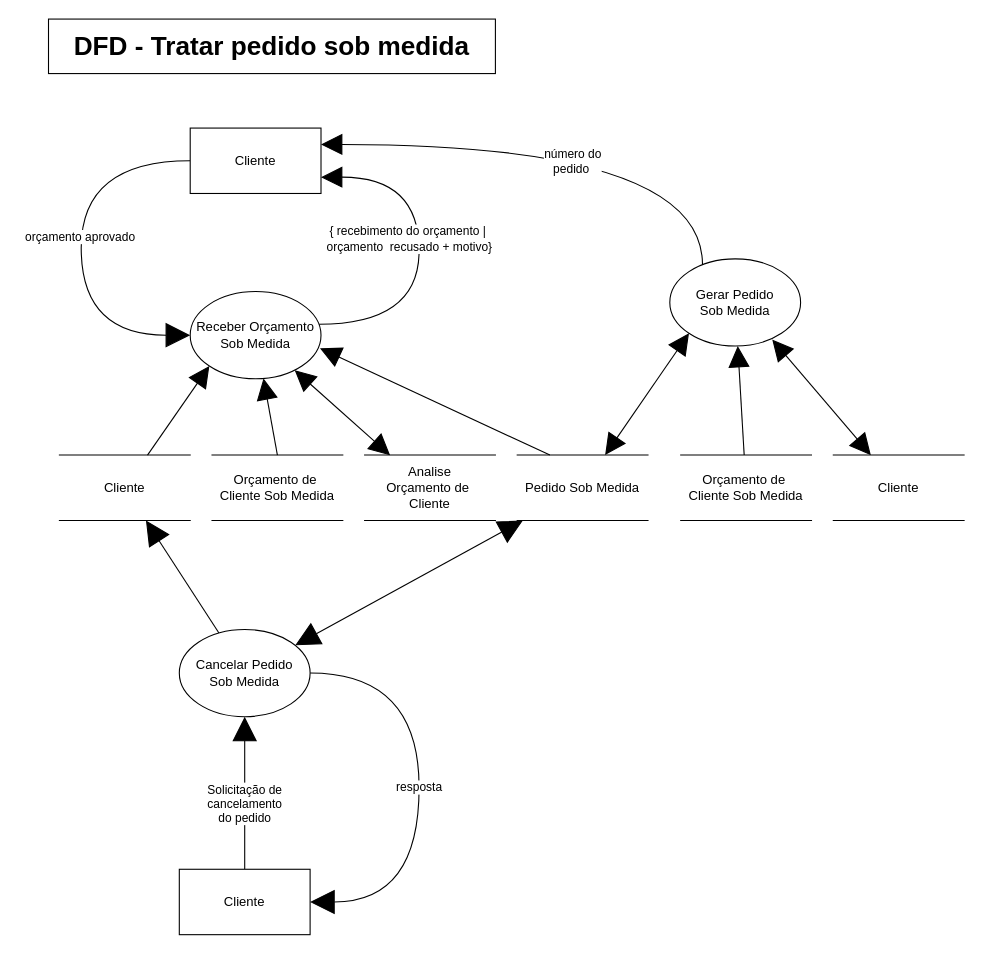
Systematicos/FindingApp keeps this draw.io diagram as Documentation/Arquivos Editaveis/DFD Tratar pedido sob medida.drawio. Above is the earlier version. Source tidied: cells renumbered, new cells numbered last; positions are measured from the earlier drawing's top-left corner, leaving out a move shared by most shapes. Both pictures are drawn from the tidied source at 109%, with x=0, y=0 at pixel (48, 19).
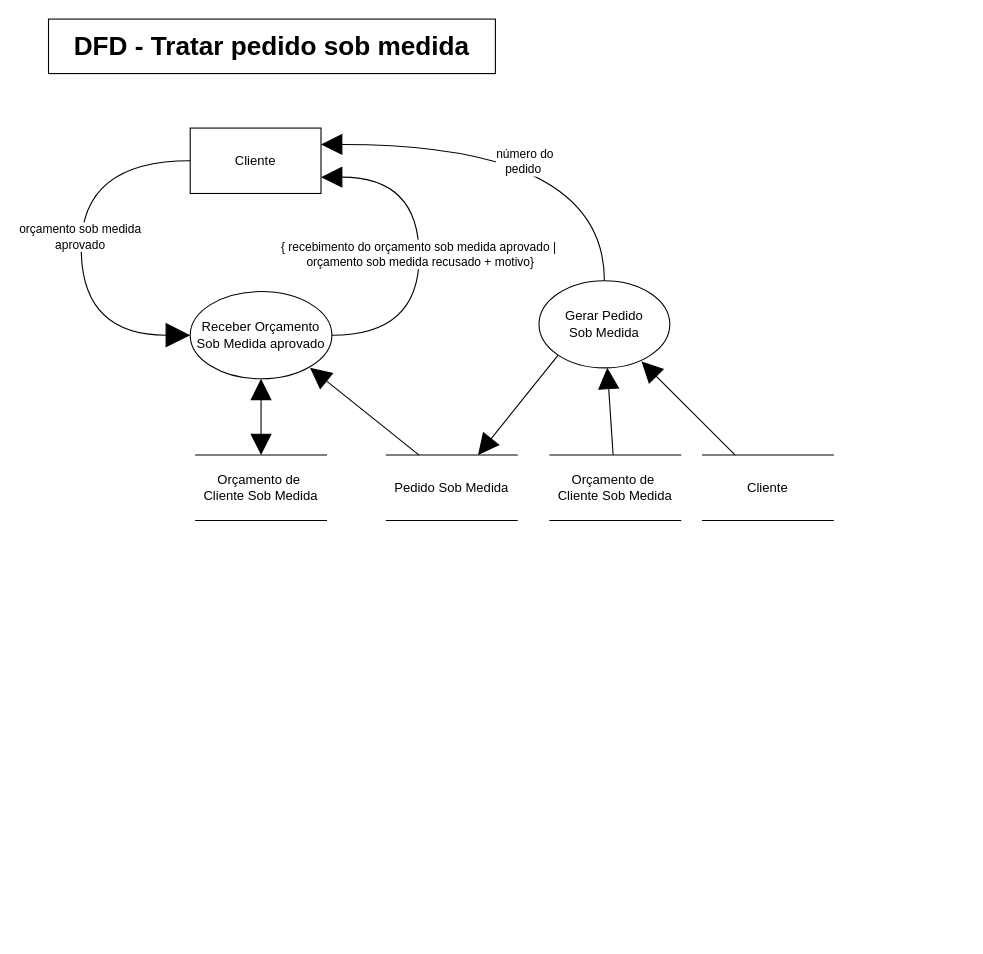
The same page after the edit.

Unchanged cells that the change refers to:
```xml
<mxCell id="3" style="edgeStyle=orthogonalEdgeStyle;rounded=0;jettySize=auto;html=1;endSize=20;endArrow=block;endFill=1;startSize=20;entryX=0;entryY=0.5;entryDx=0;entryDy=0;curved=1;exitX=0;exitY=0.5;exitDx=0;exitDy=0;" parent="1" edge="1" source="5" target="13">
  <mxGeometry relative="1" as="geometry">
    <Array as="points">
      <mxPoint x="30" y="130" />
      <mxPoint x="30" y="290" />
    </Array>
  </mxGeometry>
</mxCell>
<mxCell id="5" value="Cliente" style="rounded=0;whiteSpace=wrap;html=1;" parent="1" vertex="1">
  <mxGeometry x="130" y="100" width="120" height="60" as="geometry" />
</mxCell>
```

What changed in the source:
```diff
@@
-    <mxCell id="4" value="orçamento aprovado" style="edgeLabel;html=1;align=center;verticalAlign=middle;" parent="3" vertex="1">
+    <mxCell id="4" value="orçamento sob medida&lt;br&gt;aprovado" style="edgeLabel;html=1;align=center;verticalAlign=middle;" parent="3" vertex="1">
       <mxGeometry x="-0.27" y="-2" relative="1" as="geometry">
         <mxPoint y="38" as="offset" />
       </mxGeometry>
     </mxCell>
@@
-    <mxCell id="6" style="rounded=0;jettySize=auto;html=1;entryX=0;entryY=1;entryDx=0;entryDy=0;endSize=17;startArrow=none;startFill=0;startSize=17;endArrow=block;endFill=1;" parent="1" edge="1" source="7" target="13">
-      <mxGeometry relative="1" as="geometry" />
-    </mxCell>
-    <mxCell id="7" value="Cliente" style="shape=partialRectangle;whiteSpace=wrap;html=1;left=0;right=0;fillColor=none;" parent="1" vertex="1">
-      <mxGeometry x="10" y="400" width="120" height="60" as="geometry" />
-    </mxCell>
     <mxCell id="8" value="Orçamento de&amp;nbsp;&lt;br&gt;Cliente Sob Medida" style="shape=partialRectangle;whiteSpace=wrap;html=1;left=0;right=0;fillColor=none;" parent="1" vertex="1">
-      <mxGeometry x="150" y="400" width="120" height="60" as="geometry" />
+      <mxGeometry x="135" y="400" width="120" height="60" as="geometry" />
     </mxCell>
-    <mxCell id="9" style="edgeStyle=none;rounded=0;jettySize=auto;html=1;entryX=0.5;entryY=0;entryDx=0;entryDy=0;startArrow=block;startFill=1;startSize=17;endArrow=none;endFill=0;endSize=17;" parent="1" edge="1" source="13" target="8">
+    <mxCell id="9" style="edgeStyle=none;rounded=0;jettySize=auto;html=1;entryX=0.5;entryY=0;entryDx=0;entryDy=0;startArrow=block;startFill=1;startSize=17;endArrow=block;endFill=1;endSize=17;" parent="1" edge="1" source="13" target="8">
       <mxGeometry relative="1" as="geometry" />
     </mxCell>
     <mxCell id="10" style="edgeStyle=orthogonalEdgeStyle;rounded=0;jettySize=auto;html=1;entryX=1;entryY=0.75;entryDx=0;entryDy=0;startArrow=none;startFill=0;startSize=17;endArrow=block;endFill=1;endSize=17;curved=1;" parent="1" edge="1" source="13" target="5">
       <mxGeometry relative="1" as="geometry">
         <Array as="points">
-          <mxPoint x="340" y="280" />
+          <mxPoint x="340" y="290" />
           <mxPoint x="340" y="145" />
         </Array>
       </mxGeometry>
     </mxCell>
-    <mxCell id="11" value="{ recebimento do orçamento |&amp;nbsp;&lt;br&gt;&amp;nbsp;orçamento&amp;nbsp; recusado + motivo}&amp;nbsp;" style="edgeLabel;html=1;align=center;verticalAlign=middle;" parent="10" vertex="1">
+    <mxCell id="11" value="{ recebimento do orçamento sob medida aprovado |&amp;nbsp;&lt;br&gt;&amp;nbsp;orçamento sob medida recusado + motivo}&amp;nbsp;" style="edgeLabel;html=1;align=center;verticalAlign=middle;" parent="10" vertex="1">
       <mxGeometry x="-0.4" y="27" relative="1" as="geometry">
-        <mxPoint x="17" y="-75.9" as="offset" />
+        <mxPoint x="27" y="-60" as="offset" />
       </mxGeometry>
     </mxCell>
-    <mxCell id="12" style="rounded=0;jettySize=auto;html=1;entryX=0.195;entryY=0.003;entryDx=0;entryDy=0;startArrow=block;startFill=1;startSize=17;endArrow=block;endFill=1;endSize=17;entryPerimeter=0;" parent="1" edge="1" source="13" target="14">
-      <mxGeometry relative="1" as="geometry" />
-    </mxCell>
-    <mxCell id="13" value="Receber Orçamento&lt;br&gt;Sob Medida" style="ellipse;whiteSpace=wrap;html=1;" parent="1" vertex="1">
-      <mxGeometry x="130" y="250" width="120" height="80" as="geometry" />
+    <mxCell id="13" value="Receber Orçamento&lt;br&gt;Sob Medida aprovado" style="ellipse;whiteSpace=wrap;html=1;" parent="1" vertex="1">
+      <mxGeometry x="130" y="250" width="130" height="80" as="geometry" />
     </mxCell>
-    <mxCell id="14" value="Analise&lt;br&gt;Orçamento de&amp;nbsp;&lt;br&gt;Cliente" style="shape=partialRectangle;whiteSpace=wrap;html=1;left=0;right=0;fillColor=none;" parent="1" vertex="1">
-      <mxGeometry x="290" y="400" width="120" height="60" as="geometry" />
-    </mxCell>
     <mxCell id="15" style="edgeStyle=orthogonalEdgeStyle;rounded=0;jettySize=auto;html=1;entryX=1;entryY=0.25;entryDx=0;entryDy=0;startArrow=none;startFill=0;startSize=17;endArrow=block;endFill=1;endSize=17;curved=1;" parent="1" edge="1" source="17" target="5">
       <mxGeometry relative="1" as="geometry">
         <Array as="points">
-          <mxPoint x="600" y="115" />
+          <mxPoint x="510" y="115" />
         </Array>
       </mxGeometry>
     </mxCell>
@@
     <mxCell id="17" value="Gerar Pedido&lt;br&gt;Sob Medida" style="ellipse;whiteSpace=wrap;html=1;" parent="1" vertex="1">
-      <mxGeometry x="570" y="220" width="120" height="80" as="geometry" />
+      <mxGeometry x="450" y="240" width="120" height="80" as="geometry" />
     </mxCell>
@@
     <mxCell id="19" value="Orçamento de&amp;nbsp;&lt;br&gt;Cliente Sob Medida" style="shape=partialRectangle;whiteSpace=wrap;html=1;left=0;right=0;fillColor=none;" parent="1" vertex="1">
-      <mxGeometry x="580" y="400" width="120" height="60" as="geometry" />
+      <mxGeometry x="460" y="400" width="120" height="60" as="geometry" />
     </mxCell>
-    <mxCell id="20" style="edgeStyle=none;rounded=0;jettySize=auto;html=1;entryX=0.783;entryY=0.925;entryDx=0;entryDy=0;entryPerimeter=0;startArrow=block;startFill=1;startSize=17;endArrow=block;endFill=1;endSize=17;" parent="1" edge="1" source="21" target="17">
+    <mxCell id="20" style="edgeStyle=none;rounded=0;jettySize=auto;html=1;entryX=0.783;entryY=0.925;entryDx=0;entryDy=0;entryPerimeter=0;startArrow=none;startFill=0;startSize=17;endArrow=block;endFill=1;endSize=17;fillColor=#f8cecc;" parent="1" edge="1" source="21" target="17">
       <mxGeometry relative="1" as="geometry" />
     </mxCell>
     <mxCell id="21" value="Cliente" style="shape=partialRectangle;whiteSpace=wrap;html=1;left=0;right=0;fillColor=none;" parent="1" vertex="1">
-      <mxGeometry x="720" y="400" width="120" height="60" as="geometry" />
+      <mxGeometry x="600" y="400" width="120" height="60" as="geometry" />
     </mxCell>
-    <mxCell id="22" style="rounded=0;jettySize=auto;html=1;entryX=0;entryY=1;entryDx=0;entryDy=0;startArrow=block;startFill=1;startSize=17;endArrow=block;endFill=1;endSize=17;" parent="1" edge="1" source="24" target="17">
+    <mxCell id="22" style="rounded=0;jettySize=auto;html=1;entryX=0;entryY=1;entryDx=0;entryDy=0;startArrow=block;startFill=1;startSize=17;endArrow=none;endFill=0;endSize=17;" parent="1" edge="1" source="24" target="17">
       <mxGeometry relative="1" as="geometry" />
     </mxCell>
-    <mxCell id="23" style="edgeStyle=none;rounded=0;jettySize=auto;html=1;entryX=0.992;entryY=0.65;entryDx=0;entryDy=0;startArrow=none;startFill=0;startSize=17;endArrow=block;endFill=1;endSize=17;entryPerimeter=0;exitX=0.25;exitY=0;exitDx=0;exitDy=0;" parent="1" edge="1" source="24" target="13">
-      <mxGeometry relative="1" as="geometry" />
+    <mxCell id="23" style="edgeStyle=none;rounded=0;jettySize=auto;html=1;startArrow=none;startFill=0;startSize=17;endArrow=block;endFill=1;endSize=17;exitX=0.25;exitY=0;exitDx=0;exitDy=0;" parent="1" edge="1" source="24">
+      <mxGeometry relative="1" as="geometry">
+        <mxPoint x="240" y="320" as="targetPoint" />
+      </mxGeometry>
     </mxCell>
     <mxCell id="24" value="Pedido Sob Medida" style="shape=partialRectangle;whiteSpace=wrap;html=1;left=0;right=0;fillColor=none;" parent="1" vertex="1">
-      <mxGeometry x="430" y="400" width="120" height="60" as="geometry" />
+      <mxGeometry x="310" y="400" width="120" height="60" as="geometry" />
     </mxCell>
-    <mxCell id="25" value="Solicitação de&lt;br&gt;cancelamento&lt;br&gt;do pedido" style="edgeStyle=none;rounded=0;jettySize=auto;html=1;endArrow=block;endFill=1;startSize=20;endSize=20;" parent="1" edge="1" source="26" target="30">
-      <mxGeometry x="-0.14" relative="1" as="geometry" />
-    </mxCell>
-    <mxCell id="26" value="Cliente" style="rounded=0;whiteSpace=wrap;html=1;" parent="1" vertex="1">
-      <mxGeometry x="120" y="780" width="120" height="60" as="geometry" />
-    </mxCell>
-    <mxCell id="27" value="resposta" style="edgeStyle=orthogonalEdgeStyle;rounded=0;jettySize=auto;html=1;endArrow=block;endFill=1;startSize=20;endSize=20;curved=1;" parent="1" edge="1" source="30" target="26">
-      <mxGeometry relative="1" as="geometry">
-        <Array as="points">
-          <mxPoint x="340" y="600" />
-          <mxPoint x="340" y="810" />
-        </Array>
-      </mxGeometry>
-    </mxCell>
-    <mxCell id="28" style="rounded=0;jettySize=auto;html=1;endSize=20;startSize=20;endArrow=block;endFill=1;" parent="1" edge="1" source="30" target="7">
-      <mxGeometry relative="1" as="geometry" />
-    </mxCell>
-    <mxCell id="29" style="rounded=0;jettySize=auto;html=1;endArrow=block;endFill=1;endSize=20;startSize=20;startArrow=block;startFill=1;" parent="1" edge="1" source="30" target="24">
-      <mxGeometry relative="1" as="geometry" />
-    </mxCell>
-    <mxCell id="30" value="Cancelar Pedido&lt;br&gt;Sob Medida" style="ellipse;whiteSpace=wrap;html=1;" parent="1" vertex="1">
-      <mxGeometry x="120" y="560" width="120" height="80" as="geometry" />
-    </mxCell>
```
